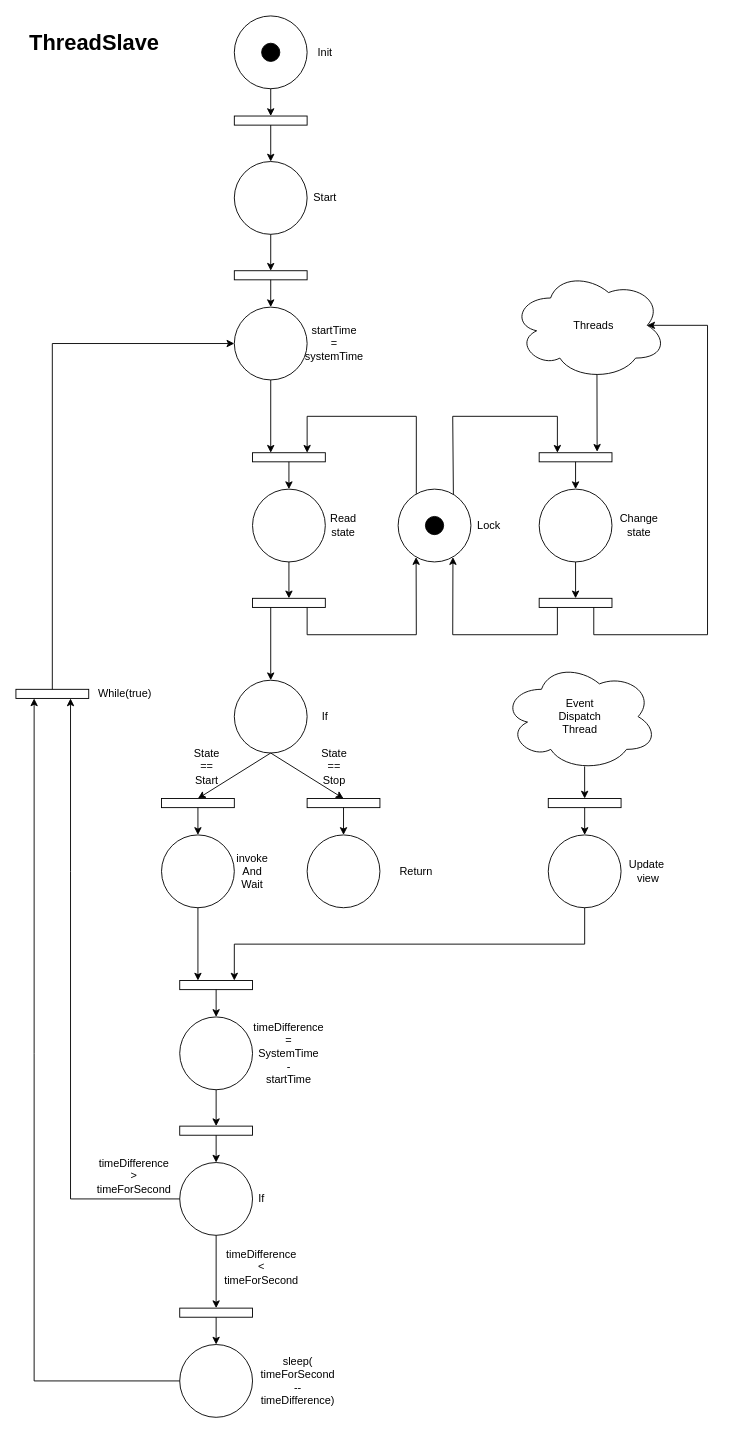
TheGarbage/PCD-Assignment1 keeps this draw.io diagram as Petry/ObserversPetry.drawio. Above is the earlier version. Source tidied: cells renumbered, new cells numbered last; positions are measured from the earlier drawing's top-left corner, leaving out a move shared by most shapes. Both pictures are drawn from the tidied source at 91%, with x=0, y=0 at pixel (15, 15).
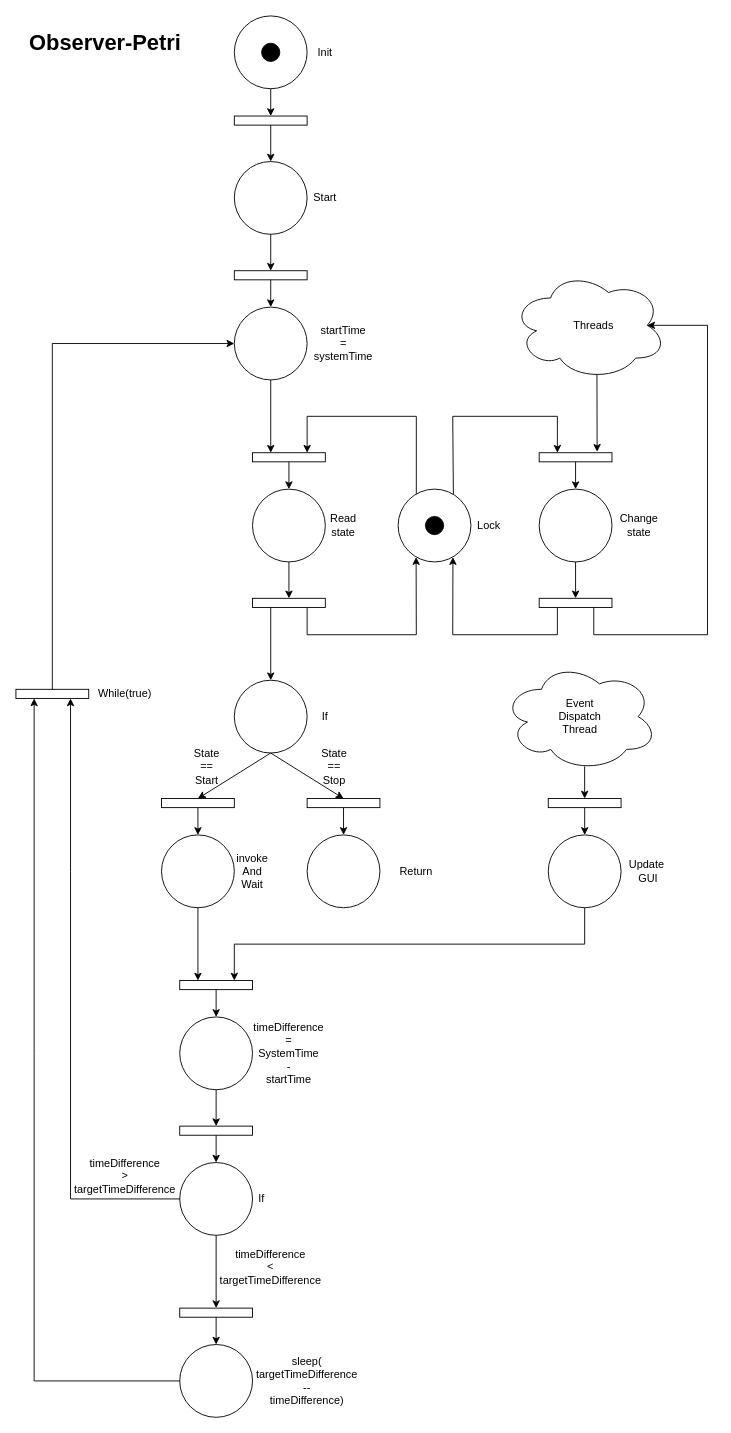
The same page after the edit.

What changed in the source:
```diff
@@
     <mxCell id="12" value="startTime&lt;br&gt;=&lt;br&gt;systemTime" style="text;html=1;strokeColor=none;fillColor=none;align=center;verticalAlign=middle;whiteSpace=wrap;rounded=0;" parent="1" vertex="1">
-      <mxGeometry x="320" y="345" width="60" height="30" as="geometry" />
+      <mxGeometry x="330" y="345" width="60" height="30" as="geometry" />
     </mxCell>
@@
-    <mxCell id="29" value="sleep(&lt;br&gt;timeForSecond&lt;br&gt;--&lt;br&gt;timeDifference)" style="text;html=1;strokeColor=none;fillColor=none;align=center;verticalAlign=middle;whiteSpace=wrap;rounded=0;" parent="1" vertex="1">
-      <mxGeometry x="280" y="1485" width="60" height="30" as="geometry" />
+    <mxCell id="29" value="sleep(&lt;br&gt;targetTimeDifference&lt;br&gt;--&lt;br&gt;timeDifference)" style="text;html=1;strokeColor=none;fillColor=none;align=center;verticalAlign=middle;whiteSpace=wrap;rounded=0;" parent="1" vertex="1">
+      <mxGeometry x="290" y="1485" width="60" height="30" as="geometry" />
     </mxCell>
-    <mxCell id="30" value="timeDifference&lt;br&gt;&amp;lt; timeForSecond" style="text;html=1;strokeColor=none;fillColor=none;align=center;verticalAlign=middle;whiteSpace=wrap;rounded=0;" parent="1" vertex="1">
-      <mxGeometry x="240" y="1360" width="60" height="30" as="geometry" />
+    <mxCell id="30" value="timeDifference&lt;br&gt;&amp;lt;&lt;br&gt;targetTimeDifference" style="text;html=1;strokeColor=none;fillColor=none;align=center;verticalAlign=middle;whiteSpace=wrap;rounded=0;" parent="1" vertex="1">
+      <mxGeometry x="250" y="1360" width="60" height="30" as="geometry" />
     </mxCell>
@@
-    <mxCell id="34" value="timeDifference&lt;br&gt;&amp;gt; timeForSecond" style="text;html=1;strokeColor=none;fillColor=none;align=center;verticalAlign=middle;whiteSpace=wrap;rounded=0;" parent="1" vertex="1">
-      <mxGeometry x="100" y="1260" width="60" height="30" as="geometry" />
+    <mxCell id="34" value="timeDifference&lt;br&gt;&amp;gt; targetTimeDifference" style="text;html=1;strokeColor=none;fillColor=none;align=center;verticalAlign=middle;whiteSpace=wrap;rounded=0;" parent="1" vertex="1">
+      <mxGeometry x="90" y="1260" width="60" height="30" as="geometry" />
     </mxCell>
@@
-    <mxCell id="53" value="Update&amp;nbsp;&lt;br&gt;view" style="text;html=1;strokeColor=none;fillColor=none;align=center;verticalAlign=middle;whiteSpace=wrap;rounded=0;" parent="1" vertex="1">
+    <mxCell id="53" value="Update&amp;nbsp;&lt;br&gt;GUI" style="text;html=1;strokeColor=none;fillColor=none;align=center;verticalAlign=middle;whiteSpace=wrap;rounded=0;" parent="1" vertex="1">
       <mxGeometry x="665" y="925" width="60" height="30" as="geometry" />
     </mxCell>
@@
-    <mxCell id="57" value="&lt;h1&gt;ThreadSlave&lt;/h1&gt;" style="text;html=1;strokeColor=none;fillColor=none;spacing=5;spacingTop=-20;whiteSpace=wrap;overflow=hidden;rounded=0;" parent="1" vertex="1">
+    <mxCell id="57" value="&lt;h1&gt;Observer-Petri&lt;/h1&gt;" style="text;html=1;strokeColor=none;fillColor=none;spacing=5;spacingTop=-20;whiteSpace=wrap;overflow=hidden;rounded=0;" parent="1" vertex="1">
       <mxGeometry x="10" y="10" width="190" height="120" as="geometry" />
     </mxCell>
```
